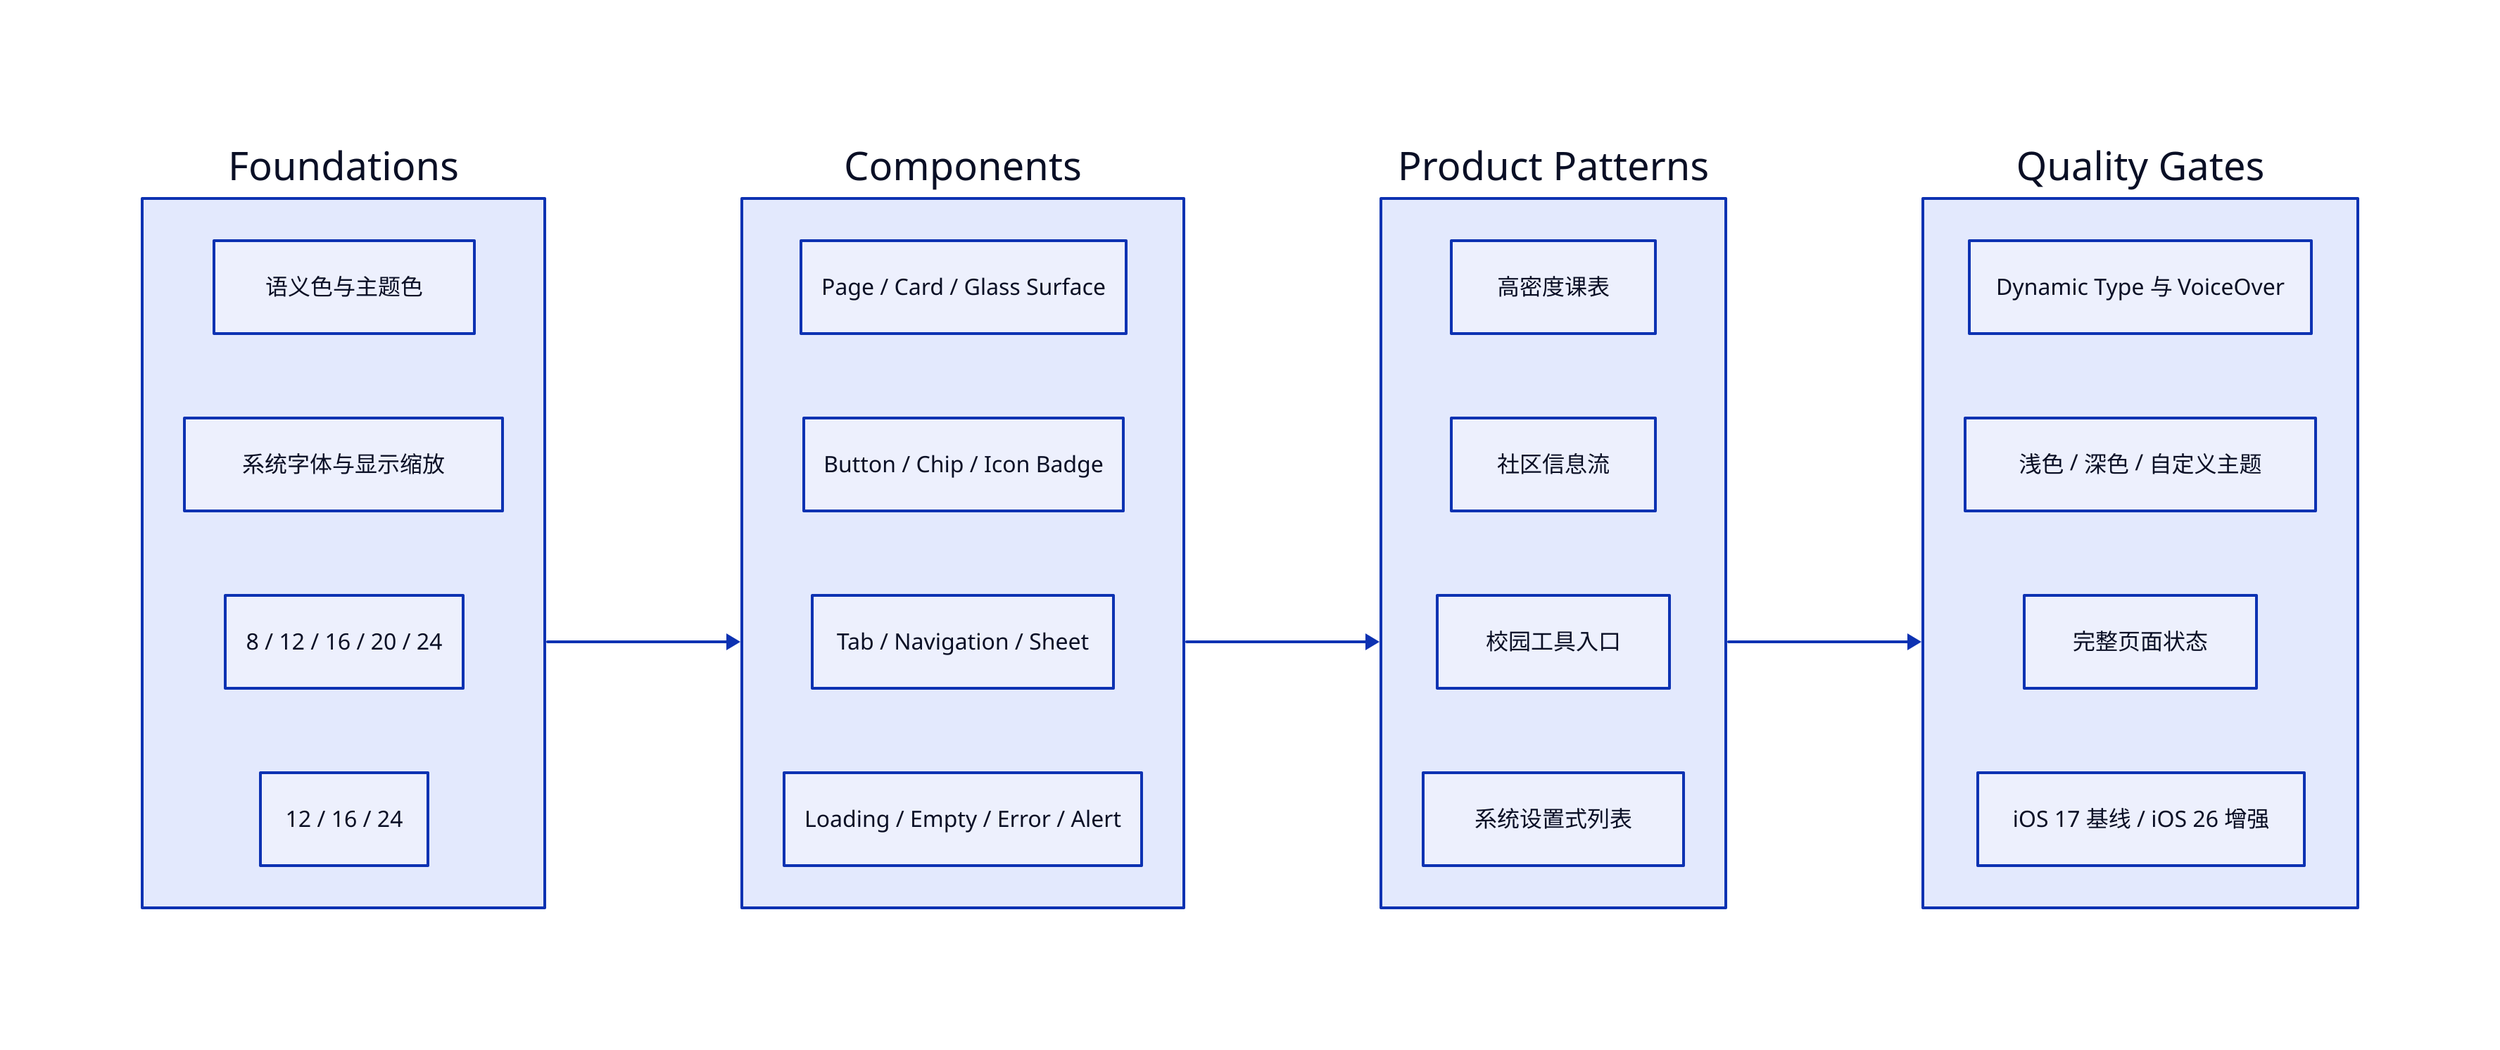
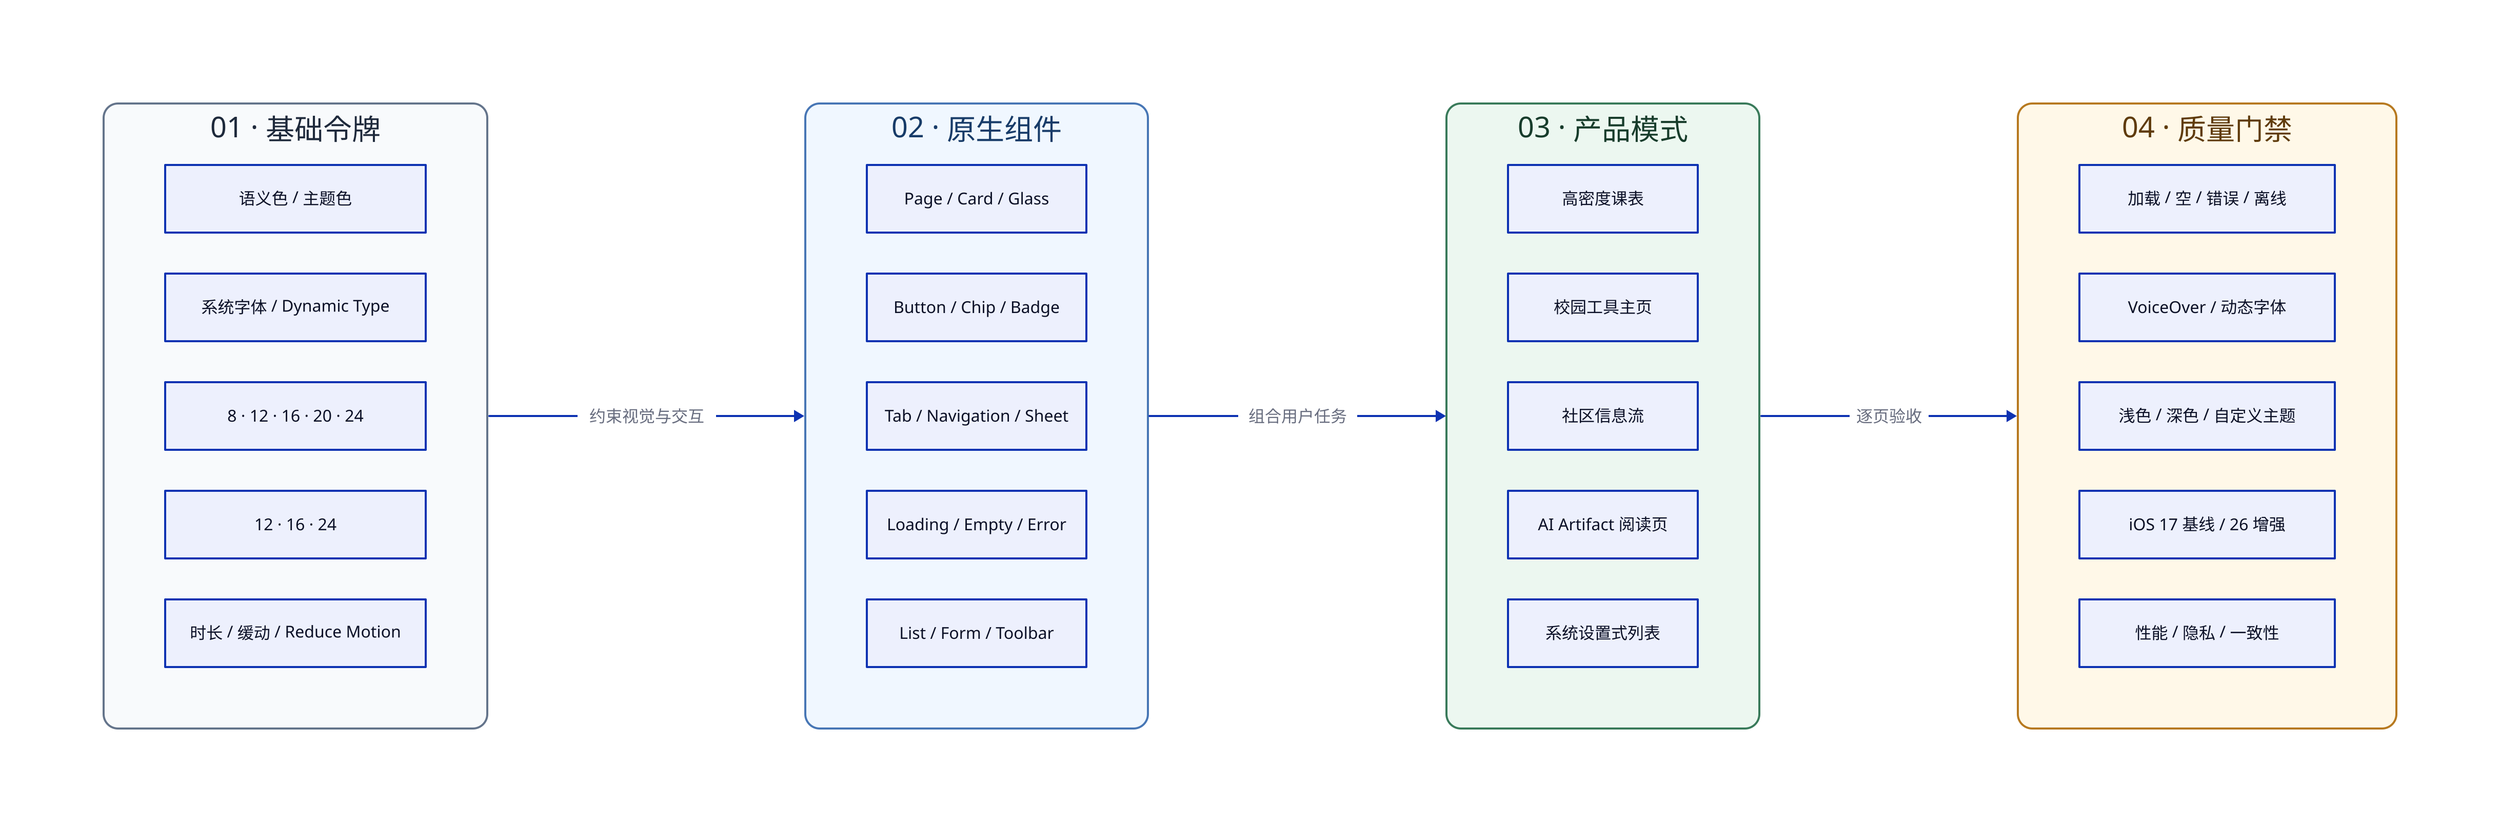
direction: right

- foundation: Foundations {
-   color: 语义色与主题色
-   type: 系统字体与显示缩放
-   spacing: 8 / 12 / 16 / 20 / 24
-   radius: 12 / 16 / 24
+ **: {
+   &leaf: true
+   style.fill: "#FFFFFF"
+   style.stroke: "#CBD5E1"
+   style.font-color: "#334155"
+   style.border-radius: 8
}

- components: Components {
-   surfaces: Page / Card / Glass Surface
-   controls: Button / Chip / Icon Badge
-   navigation: Tab / Navigation / Sheet
-   feedback: Loading / Empty / Error / Alert
+ classes: {
+   foundation: {
+     style.fill: "#F8FAFC"
+     style.stroke: "#64748B"
+     style.font-color: "#1E293B"
+     style.border-radius: 14
+     style.stroke-width: 2
+   }
+   primitive: {
+     style.fill: "#F0F7FF"
+     style.stroke: "#4776B5"
+     style.font-color: "#173B68"
+     style.border-radius: 14
+     style.stroke-width: 2
+   }
+   pattern: {
+     style.fill: "#ECF7F0"
+     style.stroke: "#397A5A"
+     style.font-color: "#173C2B"
+     style.border-radius: 14
+     style.stroke-width: 2
+   }
+   gate: {
+     style.fill: "#FFF8E8"
+     style.stroke: "#B7791F"
+     style.font-color: "#5F3B0B"
+     style.border-radius: 14
+     style.stroke-width: 2
+   }
}

- patterns: Product Patterns {
-   timetable: 高密度课表
-   feed: 社区信息流
-   academic: 校园工具入口
-   profile: 系统设置式列表
+ tokens: 01 · 基础令牌 {
+   class: foundation
+   grid-columns: 1
+   color: 语义色 / 主题色
+   type: 系统字体 / Dynamic Type
+   spacing: 8 · 12 · 16 · 20 · 24
+   radius: 12 · 16 · 24
+   motion: 时长 / 缓动 / Reduce Motion
}

- quality: Quality Gates {
-   accessibility: Dynamic Type 与 VoiceOver
-   appearance: 浅色 / 深色 / 自定义主题
-   states: 完整页面状态
-   compatibility: iOS 17 基线 / iOS 26 增强
+ components: 02 · 原生组件 {
+   class: primitive
+   grid-columns: 1
+   surface: Page / Card / Glass
+   control: Button / Chip / Badge
+   navigation: Tab / Navigation / Sheet
+   feedback: Loading / Empty / Error
+   content: List / Form / Toolbar
}

- foundation -> components -> patterns -> quality
+ patterns: 03 · 产品模式 {
+   class: pattern
+   grid-columns: 1
+   timetable: 高密度课表
+   academic: 校园工具主页
+   feed: 社区信息流
+   artifact: AI Artifact 阅读页
+   settings: 系统设置式列表
+ }
+ 
+ quality: 04 · 质量门禁 {
+   class: gate
+   grid-columns: 1
+   states: 加载 / 空 / 错误 / 离线
+   accessibility: VoiceOver / 动态字体
+   appearance: 浅色 / 深色 / 自定义主题
+   compatibility: iOS 17 基线 / 26 增强
+   review: 性能 / 隐私 / 一致性
+ }
+ 
+ tokens -> components: 约束视觉与交互
+ components -> patterns: 组合用户任务
+ patterns -> quality: 逐页验收
